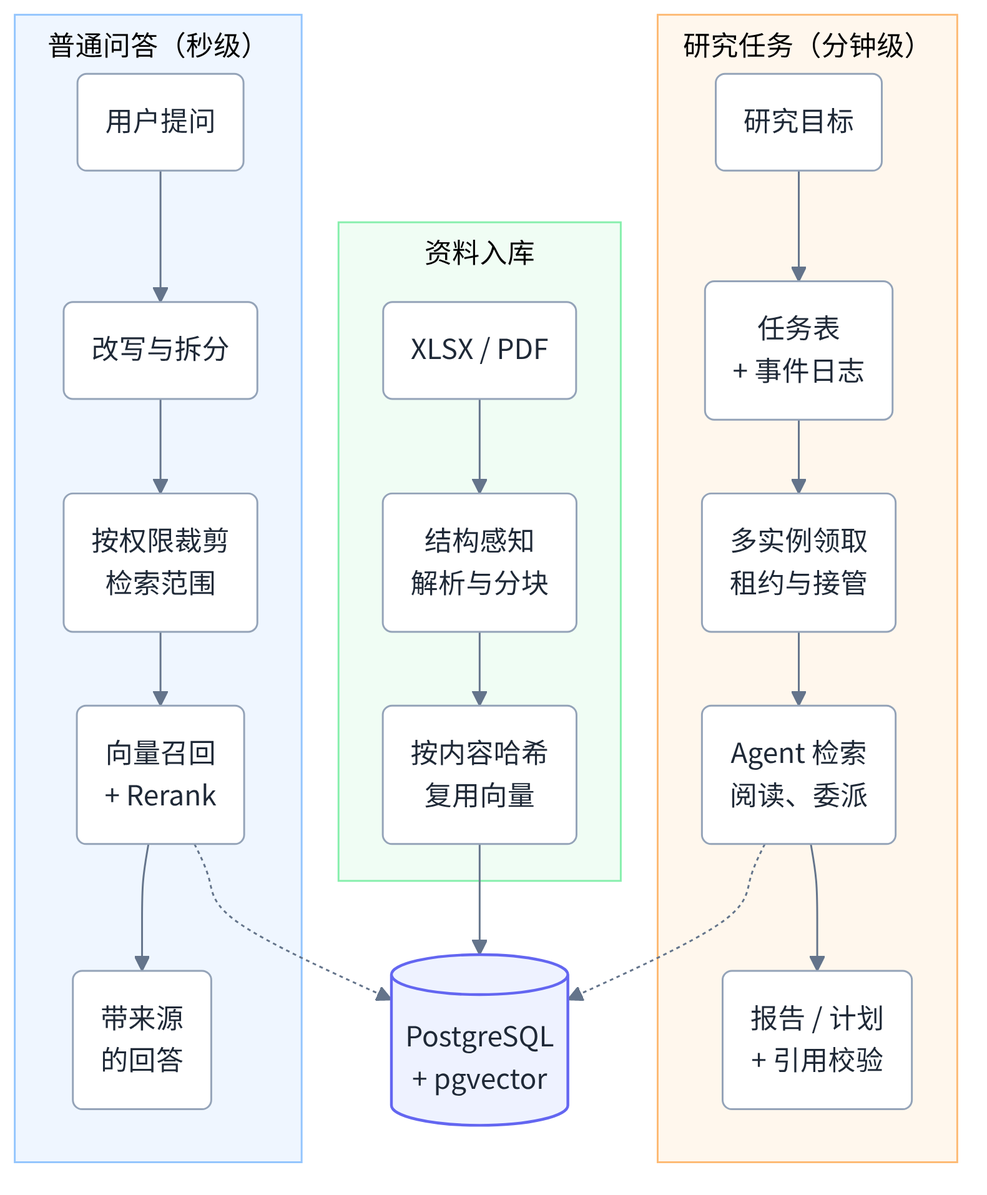
This is docs/iron-ore-rag/images/overview.png from qiyu-lu/ragent, a Mermaid export, as it was before one commit. Its source is kept beside it as docs/iron-ore-rag/images/overview.mmd.
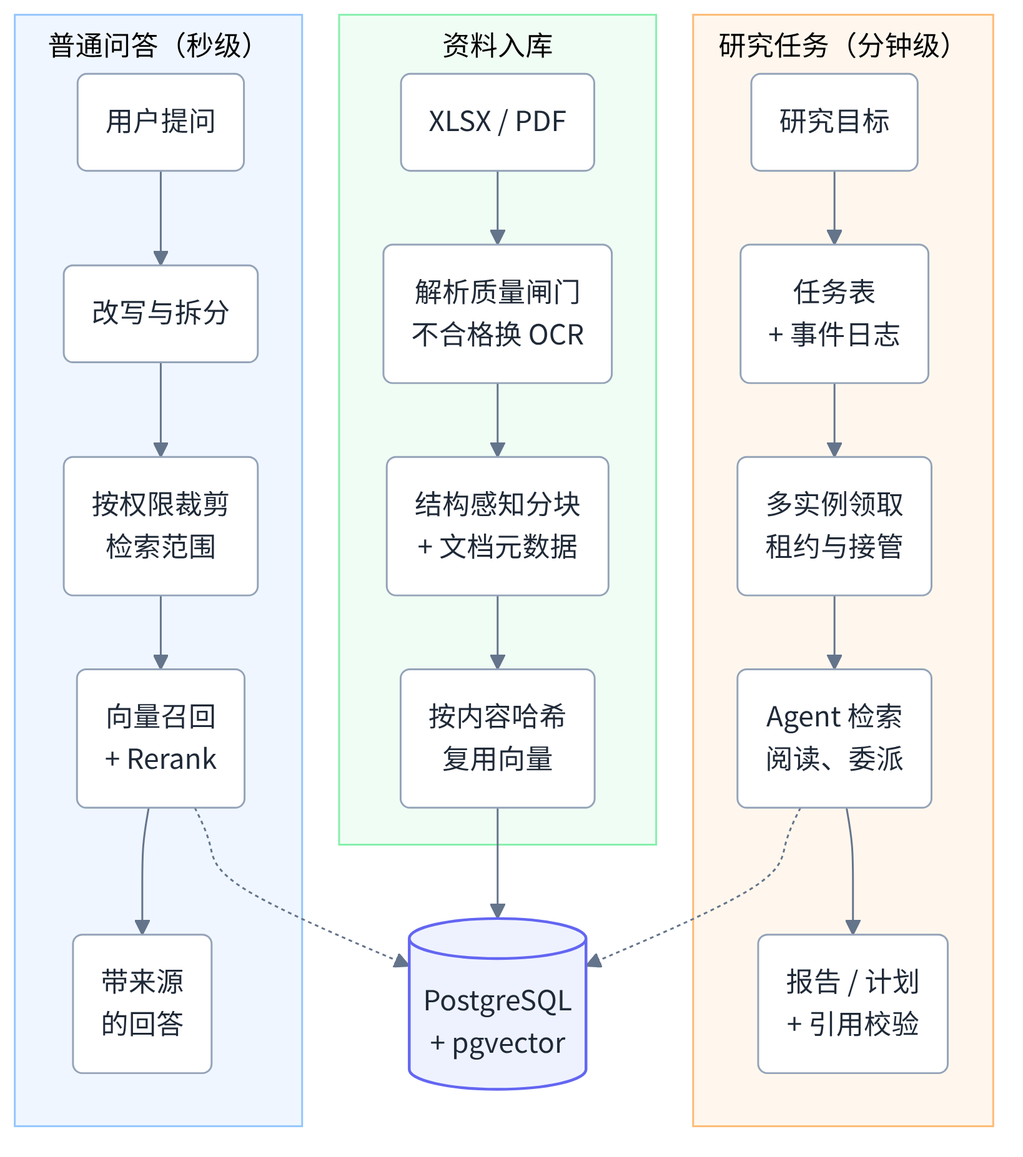
After the commit.

Change to the diagram source:
```diff
@@ -7,7 +7,8 @@
         S --> G("报告 / 计划<br/>+ 引用校验")
     end
     subgraph ING ["资料入库"]
-        A("XLSX / PDF") --> B("结构感知<br/>解析与分块")
+        A("XLSX / PDF") --> QG("解析质量闸门<br/>不合格换 OCR")
+        QG --> B("结构感知分块<br/>+ 文档元数据")
         B --> V("按内容哈希<br/>复用向量")
     end
     subgraph QA ["普通问答（秒级）"]
```
